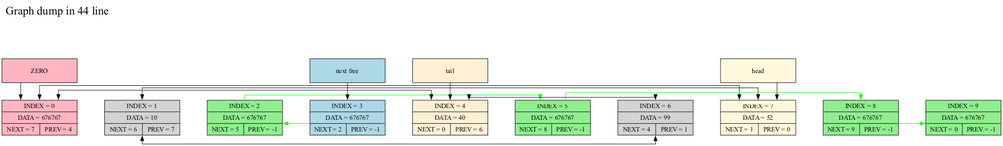
The Graphviz diagram graph.png in Leonid256/Linked-List, before a commit. Its source is kept beside it as graph.dot.
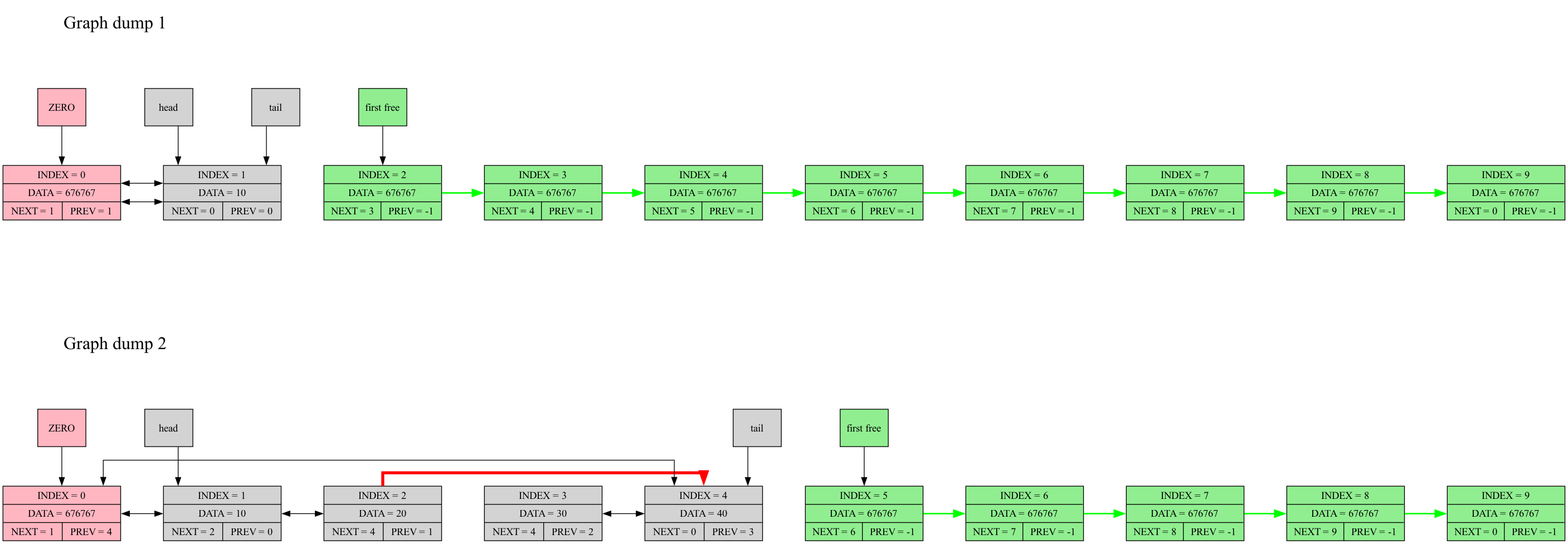
After the commit.

Change to the diagram source:
```diff
@@ -1,49 +1,61 @@
 digraph G
 {
-	label = "Graph dump in 44 line\n\n\n\n";
-	labelloc = t;
-	fontsize = 24; labeljust = l;
-	rankdir = TB;
 	splines = ortho;
-	nodesep = 0.8;
-	size = "12,7!";
-	dpi = 150;
 	node [shape = record, width = 2.2, height = 0.7];
-	node_0 [style = filled, fillcolor = lightpink, label = "{INDEX = 0 | DATA = 676767 | {NEXT = 7 | PREV = 4}}"];
-	node_1 [style = filled, fillcolor = lightgrey, label = "{INDEX = 1 | DATA = 10 | {NEXT = 6 | PREV = 7}}"];
-	node_2 [style = filled, fillcolor = lightgreen, label = "{INDEX = 2 | DATA = 676767 | {NEXT = 5 | PREV = -1}}"];
-	node_3 [style = filled, fillcolor = lightblue, label = "{INDEX = 3 | DATA = 676767 | {NEXT = 2 | PREV = -1}}"];
-	node_4 [style = filled, fillcolor = papayawhip, label = "{INDEX = 4 | DATA = 40 | {NEXT = 0 | PREV = 6}}"];
-	node_5 [style = filled, fillcolor = lightgreen, label = "{INDEX = 5 | DATA = 676767 | {NEXT = 8 | PREV = -1}}"];
-	node_6 [style = filled, fillcolor = lightgrey, label = "{INDEX = 6 | DATA = 99 | {NEXT = 4 | PREV = 1}}"];
-	node_7 [style = filled, fillcolor = cornsilk, label = "{INDEX = 7 | DATA = 52 | {NEXT = 1 | PREV = 0}}"];
-	node_8 [style = filled, fillcolor = lightgreen, label = "{INDEX = 8 | DATA = 676767 | {NEXT = 9 | PREV = -1}}"];
-	node_9 [style = filled, fillcolor = lightgreen, label = "{INDEX = 9 | DATA = 676767 | {NEXT = 0 | PREV = -1}}"];
-	{ rank = same; node_0; node_1; node_2; node_3; node_4; node_5; node_6; node_7; node_8; node_9; }
-	node_0 -> node_1 [style = invis];
-	node_1 -> node_2 [style = invis];
-	node_2 -> node_3 [style = invis];
-	node_3 -> node_4 [style = invis];
-	node_4 -> node_5 [style = invis];
-	node_5 -> node_6 [style = invis];
-	node_6 -> node_7 [style = invis];
-	node_7 -> node_8 [style = invis];
-	node_8 -> node_9 [style = invis];
-	label_0 [style = filled, fillcolor = lightpink, label = "ZERO"];
-	label_free [style = filled, fillcolor = lightblue, label = "next free"];
-	label_head [style = filled, fillcolor = cornsilk, label = "head"];
-	label_tail [style = filled, fillcolor = papayawhip, label = "tail"];
-	node_0 -> node_7 [dir = both, splines = ortho, constraint = false];
-	node_1 -> node_6 [dir = both, splines = ortho, constraint = false];
-	node_2 -> node_5 [color = green];
-	node_3 -> node_2 [color = green];
-	node_4 -> node_0 [dir = both, splines = ortho, constraint = false];
-	node_5 -> node_8 [color = green];
-	node_6 -> node_4 [dir = both, splines = ortho, constraint = false];
-	node_7 -> node_1 [dir = both, splines = ortho, constraint = false];
-	node_8 -> node_9 [color = green];
-	label_0 -> node_0;
-	label_free -> node_3;
-	label_head -> node_7;
-	label_tail -> node_4;
+	node_0_1 [pos = "0,-6!", style = filled, fillcolor = lightpink, label = "{INDEX = 0 | DATA = 676767 | {NEXT = 1 | PREV = 1}}"];
+	node_1_1 [pos = "3,-6!", style = filled, fillcolor = lightgrey, label = "{INDEX = 1 | DATA = 10 | {NEXT = 0 | PREV = 0}}"];
+	node_2_1 [pos = "6,-6!", style = filled, fillcolor = lightgreen, label = "{INDEX = 2 | DATA = 676767 | {NEXT = 3 | PREV = -1}}"];
+	node_3_1 [pos = "9,-6!", style = filled, fillcolor = lightgreen, label = "{INDEX = 3 | DATA = 676767 | {NEXT = 4 | PREV = -1}}"];
+	node_4_1 [pos = "12,-6!", style = filled, fillcolor = lightgreen, label = "{INDEX = 4 | DATA = 676767 | {NEXT = 5 | PREV = -1}}"];
+	node_5_1 [pos = "15,-6!", style = filled, fillcolor = lightgreen, label = "{INDEX = 5 | DATA = 676767 | {NEXT = 6 | PREV = -1}}"];
+	node_6_1 [pos = "18,-6!", style = filled, fillcolor = lightgreen, label = "{INDEX = 6 | DATA = 676767 | {NEXT = 7 | PREV = -1}}"];
+	node_7_1 [pos = "21,-6!", style = filled, fillcolor = lightgreen, label = "{INDEX = 7 | DATA = 676767 | {NEXT = 8 | PREV = -1}}"];
+	node_8_1 [pos = "24,-6!", style = filled, fillcolor = lightgreen, label = "{INDEX = 8 | DATA = 676767 | {NEXT = 9 | PREV = -1}}"];
+	node_9_1 [pos = "27,-6!", style = filled, fillcolor = lightgreen, label = "{INDEX = 9 | DATA = 676767 | {NEXT = 0 | PREV = -1}}"];
+ node_0_1; node_1_1; node_2_1; node_3_1; node_4_1; node_5_1; node_6_1; node_7_1; node_8_1; node_9_1;	title_1 [shape = plaintext, fontsize = 24, pos = "1,-2.8!", label = "Graph dump 1"];
+	label_0_1 [width = 0.9, style = filled, fillcolor = lightpink, pos = "0,-4.4!", label = "ZERO"];
+	label_free_1 [width = 0.9, style = filled, fillcolor = lightgreen, pos = "6,-4.4!", label = "first free"];
+	label_head_1 [width = 0.9, style = filled, pos = "2.0,-4.4!", label = "head"];
+	label_tail_1 [width = 0.9, style = filled, pos = "4.0,-4.4!", label = "tail"];
+	node_0_1 -> node_1_1 [dir = both, constraint = false];
+	node_1_1 -> node_0_1 [dir = both, constraint = false];
+	node_2_1 -> node_3_1 [color = green, constraint = false, penwidth = 2, arrowsize = 1.3];
+	node_3_1 -> node_4_1 [color = green, constraint = false, penwidth = 2, arrowsize = 1.3];
+	node_4_1 -> node_5_1 [color = green, constraint = false, penwidth = 2, arrowsize = 1.3];
+	node_5_1 -> node_6_1 [color = green, constraint = false, penwidth = 2, arrowsize = 1.3];
+	node_6_1 -> node_7_1 [color = green, constraint = false, penwidth = 2, arrowsize = 1.3];
+	node_7_1 -> node_8_1 [color = green, constraint = false, penwidth = 2, arrowsize = 1.3];
+	node_8_1 -> node_9_1 [color = green, constraint = false, penwidth = 2, arrowsize = 1.3];
+	label_0_1 -> node_0_1;
+	label_free_1 -> node_2_1;
+	label_head_1 -> node_1_1;
+	label_tail_1 -> node_1_1;
+	node_0_2 [pos = "0,-12!", style = filled, fillcolor = lightpink, label = "{INDEX = 0 | DATA = 676767 | {NEXT = 1 | PREV = 4}}"];
+	node_1_2 [pos = "3,-12!", style = filled, fillcolor = lightgrey, label = "{INDEX = 1 | DATA = 10 | {NEXT = 2 | PREV = 0}}"];
+	node_2_2 [pos = "6,-12!", style = filled, fillcolor = lightgrey, label = "{INDEX = 2 | DATA = 20 | {NEXT = 4 | PREV = 1}}"];
+	node_3_2 [pos = "9,-12!", style = filled, fillcolor = lightgrey, label = "{INDEX = 3 | DATA = 30 | {NEXT = 4 | PREV = 2}}"];
+	node_4_2 [pos = "12,-12!", style = filled, fillcolor = lightgrey, label = "{INDEX = 4 | DATA = 40 | {NEXT = 0 | PREV = 3}}"];
+	node_5_2 [pos = "15,-12!", style = filled, fillcolor = lightgreen, label = "{INDEX = 5 | DATA = 676767 | {NEXT = 6 | PREV = -1}}"];
+	node_6_2 [pos = "18,-12!", style = filled, fillcolor = lightgreen, label = "{INDEX = 6 | DATA = 676767 | {NEXT = 7 | PREV = -1}}"];
+	node_7_2 [pos = "21,-12!", style = filled, fillcolor = lightgreen, label = "{INDEX = 7 | DATA = 676767 | {NEXT = 8 | PREV = -1}}"];
+	node_8_2 [pos = "24,-12!", style = filled, fillcolor = lightgreen, label = "{INDEX = 8 | DATA = 676767 | {NEXT = 9 | PREV = -1}}"];
+	node_9_2 [pos = "27,-12!", style = filled, fillcolor = lightgreen, label = "{INDEX = 9 | DATA = 676767 | {NEXT = 0 | PREV = -1}}"];
+ node_0_2; node_1_2; node_2_2; node_3_2; node_4_2; node_5_2; node_6_2; node_7_2; node_8_2; node_9_2;	title_2 [shape = plaintext, fontsize = 24, pos = "1,-8.8!", label = "Graph dump 2"];
+	label_0_2 [width = 0.9, style = filled, fillcolor = lightpink, pos = "0,-10.4!", label = "ZERO"];
+	label_free_2 [width = 0.9, style = filled, fillcolor = lightgreen, pos = "15,-10.4!", label = "first free"];
+	label_head_2 [width = 0.9, style = filled, pos = "2.0,-10.4!", label = "head"];
+	label_tail_2 [width = 0.9, style = filled, pos = "13.0,-10.4!", label = "tail"];
+	node_0_2 -> node_1_2 [dir = both, constraint = false];
+	node_1_2 -> node_2_2 [dir = both, constraint = false];
+	node_2_2 -> node_4_2 [color = red, constraint = false, penwidth = 4, arrowsize = 1.3];
+	node_3_2 -> node_4_2 [dir = both, constraint = false];
+	node_4_2 -> node_0_2 [dir = both, constraint = false];
+	node_5_2 -> node_6_2 [color = green, constraint = false, penwidth = 2, arrowsize = 1.3];
+	node_6_2 -> node_7_2 [color = green, constraint = false, penwidth = 2, arrowsize = 1.3];
+	node_7_2 -> node_8_2 [color = green, constraint = false, penwidth = 2, arrowsize = 1.3];
+	node_8_2 -> node_9_2 [color = green, constraint = false, penwidth = 2, arrowsize = 1.3];
+	label_0_2 -> node_0_2;
+	label_free_2 -> node_5_2;
+	label_head_2 -> node_1_2;
+	label_tail_2 -> node_4_2;
 }
```
